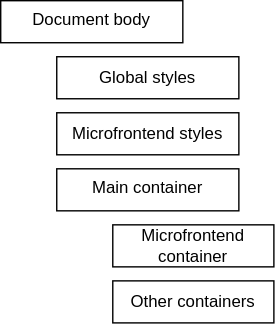
Above: docs/figures/example-14-1-style-clashing.drawio.svg in GuilleX7/app-federation (draw.io), before the change. Source tidied: cells renumbered, new cells last; positions are measured from the earlier drawing's top-left corner, leaving out a move shared by most shapes.
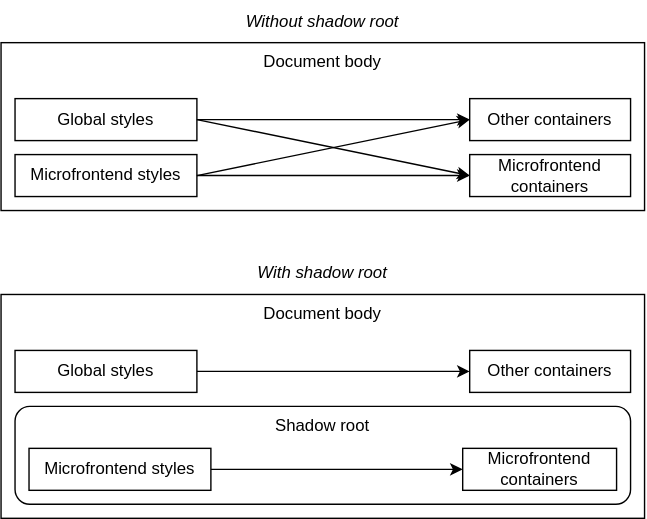
After the commit.

The edit, as a diff of the source:
```diff
@@ -3,22 +3,61 @@
     <mxCell id="0" />
     <mxCell id="1" parent="0" />
     <mxCell id="2" value="Document body" style="rounded=0;whiteSpace=wrap;html=1;verticalAlign=top;" parent="1" vertex="1">
-      <mxGeometry width="130" height="30" as="geometry" />
+      <mxGeometry x="10" y="30" width="460" height="120" as="geometry" />
     </mxCell>
+    <mxCell id="8" value="Document body" style="rounded=0;whiteSpace=wrap;html=1;verticalAlign=top;" parent="1" vertex="1">
+      <mxGeometry x="10" y="210" width="460" height="160" as="geometry" />
+    </mxCell>
+    <mxCell id="7" value="Global styles" style="rounded=0;whiteSpace=wrap;html=1;" parent="1" vertex="1">
+      <mxGeometry x="20" y="70" width="130" height="30" as="geometry" />
+    </mxCell>
     <mxCell id="3" value="Microfrontend styles" style="rounded=0;whiteSpace=wrap;html=1;" parent="1" vertex="1">
-      <mxGeometry x="40" y="80" width="130" height="30" as="geometry" />
+      <mxGeometry x="20" y="110" width="130" height="30" as="geometry" />
     </mxCell>
-    <mxCell id="4" value="Main container" style="rounded=0;whiteSpace=wrap;html=1;verticalAlign=top;" parent="1" vertex="1">
-      <mxGeometry x="40" y="120" width="130" height="30" as="geometry" />
-    </mxCell>
+    <mxCell id="9" style="edgeStyle=none;html=1;exitX=1;exitY=0.5;exitDx=0;exitDy=0;entryX=0;entryY=0.5;entryDx=0;entryDy=0;" parent="1" edge="1" source="7" target="6">
+      <mxGeometry relative="1" as="geometry" />
+    </mxCell>
+    <mxCell id="6" value="Other containers" style="rounded=0;whiteSpace=wrap;html=1;" parent="1" vertex="1">
+      <mxGeometry x="345" y="70" width="115" height="30" as="geometry" />
+    </mxCell>
+    <mxCell id="10" style="edgeStyle=none;html=1;exitX=1;exitY=0.5;exitDx=0;exitDy=0;entryX=0;entryY=0.5;entryDx=0;entryDy=0;" parent="1" edge="1" source="7" target="5">
+      <mxGeometry relative="1" as="geometry" />
+    </mxCell>
-    <mxCell id="5" value="Microfrontend container" style="rounded=0;whiteSpace=wrap;html=1;" parent="1" vertex="1">
-      <mxGeometry x="80" y="160" width="115" height="30" as="geometry" />
+    <mxCell id="5" value="Microfrontend containers" style="rounded=0;whiteSpace=wrap;html=1;" parent="1" vertex="1">
+      <mxGeometry x="345" y="110" width="115" height="30" as="geometry" />
     </mxCell>
-    <mxCell id="6" value="Other containers" style="rounded=0;whiteSpace=wrap;html=1;" parent="1" vertex="1">
-      <mxGeometry x="80" y="200" width="115" height="30" as="geometry" />
-    </mxCell>
-    <mxCell id="7" value="Global styles" style="rounded=0;whiteSpace=wrap;html=1;" parent="1" vertex="1">
-      <mxGeometry x="40" y="40" width="130" height="30" as="geometry" />
-    </mxCell>
+    <mxCell id="11" style="edgeStyle=none;html=1;exitX=1;exitY=0.5;exitDx=0;exitDy=0;entryX=0;entryY=0.5;entryDx=0;entryDy=0;" parent="1" edge="1" source="3" target="5">
+      <mxGeometry relative="1" as="geometry" />
+    </mxCell>
+    <mxCell id="12" style="edgeStyle=none;html=1;exitX=1;exitY=0.5;exitDx=0;exitDy=0;entryX=0;entryY=0.5;entryDx=0;entryDy=0;" parent="1" edge="1" source="3" target="6">
+      <mxGeometry relative="1" as="geometry" />
+    </mxCell>
+    <mxCell id="13" value="Without shadow root" style="text;html=1;whiteSpace=wrap;strokeColor=none;fillColor=none;align=center;verticalAlign=middle;rounded=0;fontStyle=2;" parent="1" vertex="1">
+      <mxGeometry x="175" width="130" height="30" as="geometry" />
+    </mxCell>
+    <mxCell id="14" style="edgeStyle=none;html=1;exitX=1;exitY=0.5;exitDx=0;exitDy=0;entryX=0;entryY=0.5;entryDx=0;entryDy=0;" parent="1" edge="1" source="15" target="16">
+      <mxGeometry relative="1" as="geometry" />
+    </mxCell>
+    <mxCell id="15" value="Global styles" style="rounded=0;whiteSpace=wrap;html=1;" parent="1" vertex="1">
+      <mxGeometry x="20" y="250" width="130" height="30" as="geometry" />
+    </mxCell>
+    <mxCell id="16" value="Other containers" style="rounded=0;whiteSpace=wrap;html=1;" parent="1" vertex="1">
+      <mxGeometry x="345" y="250" width="115" height="30" as="geometry" />
+    </mxCell>
+    <mxCell id="17" value="Shadow root" style="rounded=1;whiteSpace=wrap;html=1;roundedPerimeter=1;verticalAlign=top;" parent="1" vertex="1">
+      <mxGeometry x="20" y="290" width="440" height="70" as="geometry" />
+    </mxCell>
+    <mxCell id="18" style="edgeStyle=none;html=1;exitX=1;exitY=0.5;exitDx=0;exitDy=0;entryX=0;entryY=0.5;entryDx=0;entryDy=0;" parent="1" edge="1" source="19" target="20">
+      <mxGeometry relative="1" as="geometry" />
+    </mxCell>
+    <mxCell id="19" value="Microfrontend styles" style="rounded=0;whiteSpace=wrap;html=1;" parent="1" vertex="1">
+      <mxGeometry x="30" y="320" width="130" height="30" as="geometry" />
+    </mxCell>
+    <mxCell id="20" value="Microfrontend containers" style="rounded=0;whiteSpace=wrap;html=1;" parent="1" vertex="1">
+      <mxGeometry x="340" y="320" width="110" height="30" as="geometry" />
+    </mxCell>
+    <mxCell id="21" value="With shadow root" style="text;html=1;whiteSpace=wrap;strokeColor=none;fillColor=none;align=center;verticalAlign=middle;rounded=0;fontStyle=2;" parent="1" vertex="1">
+      <mxGeometry x="175" y="180" width="130" height="30" as="geometry" />
+    </mxCell>
   </root>
 </mxGraphModel>
```
